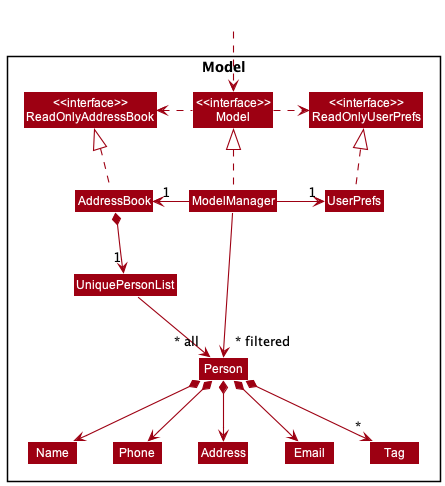
Before: docs/images/ModelClassDiagram.png, a diagram exported from PlantUML (nus-cs2103-AY2223S1/tp).
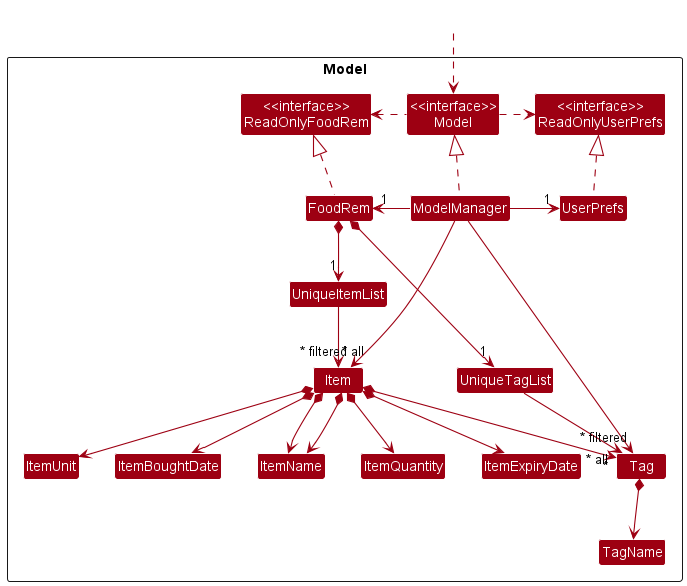
Later version of the same file.

Commit message:
Update Model diagrams

What changed in the source:
```diff
@@ -5,46 +5,56 @@
 skinparam classBackgroundColor MODEL_COLOR
 
 Package Model <<Rectangle>>{
-Class "<<interface>>\nReadOnlyAddressBook" as ReadOnlyAddressBook
+Class "<<interface>>\nReadOnlyFoodRem" as ReadOnlyFoodRem
 Class "<<interface>>\nReadOnlyUserPrefs" as ReadOnlyUserPrefs
 Class "<<interface>>\nModel" as Model
-Class AddressBook
+Class FoodRem
 Class ModelManager
 Class UserPrefs
 
-Class UniquePersonList
-Class Person
-Class Address
-Class Email
-Class Name
-Class Phone
+Class UniqueItemList
+Class UniqueTagList
+Class Item
+Class ItemName
+Class ItemQuantity
+Class ItemUnit
+Class ItemBoughtDate
+Class ItemExpiryDate
 Class Tag
-
+Class TagName
 }
 
 Class HiddenOutside #FFFFFF
 HiddenOutside ..> Model
 
-AddressBook .up.|> ReadOnlyAddressBook
+FoodRem .up.|> ReadOnlyFoodRem
 
 ModelManager .up.|> Model
 Model .right.> ReadOnlyUserPrefs
-Model .left.> ReadOnlyAddressBook
-ModelManager -left-> "1" AddressBook
+Model .left.> ReadOnlyFoodRem
+ModelManager -left-> "1" FoodRem
 ModelManager -right-> "1" UserPrefs
 UserPrefs .up.|> ReadOnlyUserPrefs
 
-AddressBook *--> "1" UniquePersonList
-UniquePersonList --> "~* all" Person
-Person *--> Name
-Person *--> Phone
-Person *--> Email
-Person *--> Address
-Person *--> "*" Tag
+FoodRem *--> "1" UniqueItemList
+FoodRem *--> "1" UniqueTagList
+UniqueItemList --> "~* all" Item
+Item *--> ItemUnit
+Item *--> ItemBoughtDate
+Item *--> ItemExpiryDate
+Item *--> ItemQuantity
+Item *--> ItemName
+Item *--> ItemName
+Item *--> "*" Tag
+Tag *--> TagName
 
-Name -[hidden]right-> Phone
-Phone -[hidden]right-> Address
-Address -[hidden]right-> Email
+UniqueTagList --> "~* all" Tag
 
-ModelManager -->"~* filtered" Person
+ItemUnit -[hidden]right-> ItemBoughtDate
+ItemBoughtDate -[hidden]right-> ItemName
+ItemName -[hidden]right-> ItemQuantity
+
+ModelManager -->"~* filtered" Item
+ModelManager -->"~* filtered" Tag
+
 @enduml
```
